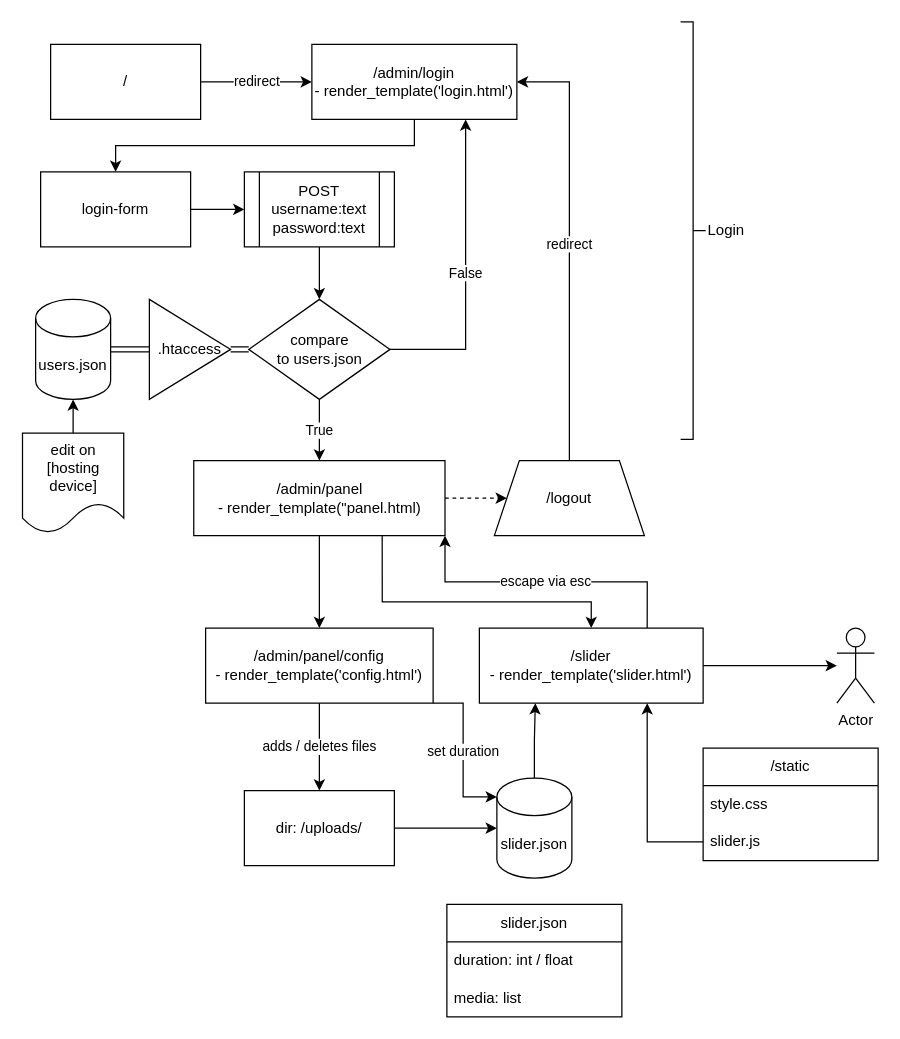
WFWisag/Lobbyfernseher-code keeps this draw.io diagram as page "newconcept" (6 of 7) of plan_diagram.drawio. Above is the earlier version. Source tidied: cells renumbered, new cells numbered last; positions are measured from the earlier drawing's top-left corner, leaving out a move shared by most shapes. Both pictures are drawn from the tidied source at 125%, with x=0, y=0 at pixel (21, 21).
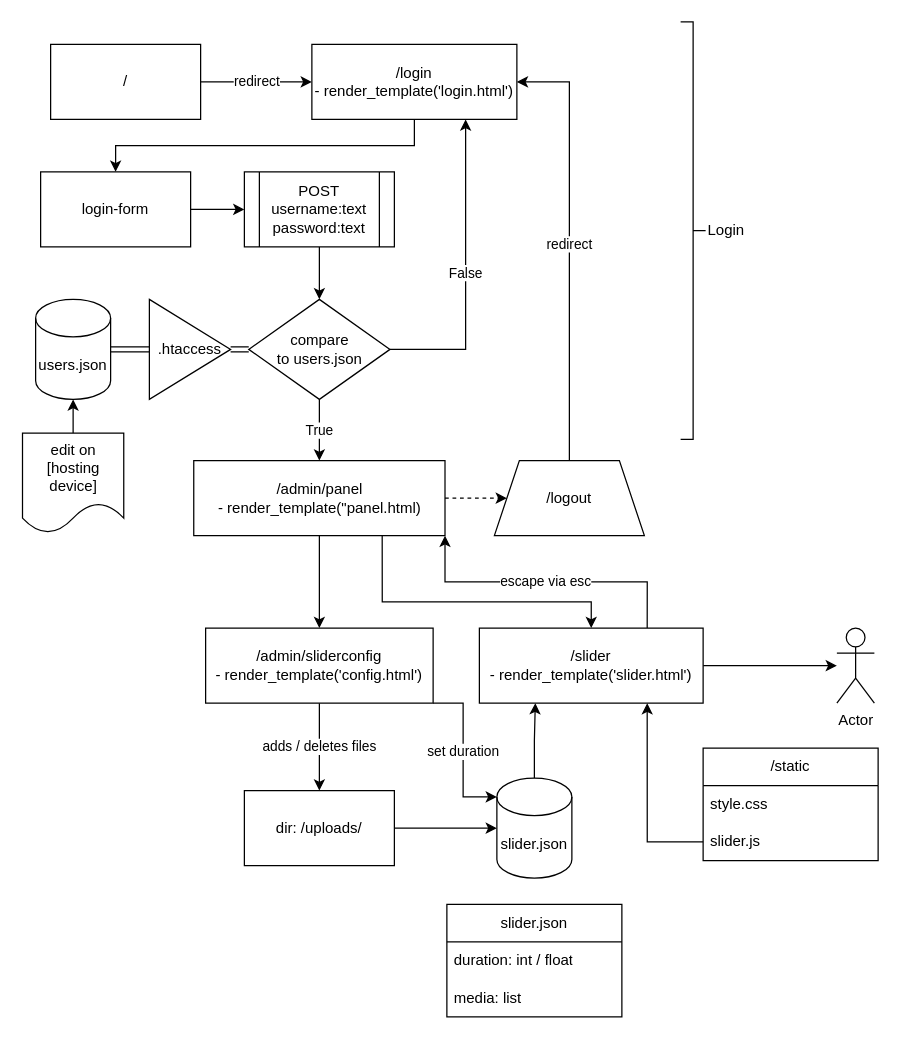
The same diagram, later.

Commit message (it also covers changes not shown here):
config for the slider is working!

Change to the diagram source:
```diff
@@
-    <mxCell id="5" value="/admin/login&lt;br&gt;- render_template('login.html')" style="rounded=0;whiteSpace=wrap;html=1;" parent="1" vertex="1">
+    <mxCell id="5" value="/login&lt;br&gt;- render_template('login.html')" style="rounded=0;whiteSpace=wrap;html=1;" parent="1" vertex="1">
       <mxGeometry x="232" y="18" width="164" height="60" as="geometry" />
     </mxCell>
@@
-    <mxCell id="25" value="/admin/panel/config&lt;br&gt;- render_template('config.html')" style="rounded=0;whiteSpace=wrap;html=1;" parent="1" vertex="1">
+    <mxCell id="25" value="/admin/sliderconfig&lt;br&gt;- render_template('config.html')" style="rounded=0;whiteSpace=wrap;html=1;" parent="1" vertex="1">
       <mxGeometry x="147" y="485" width="182" height="60" as="geometry" />
     </mxCell>
```
